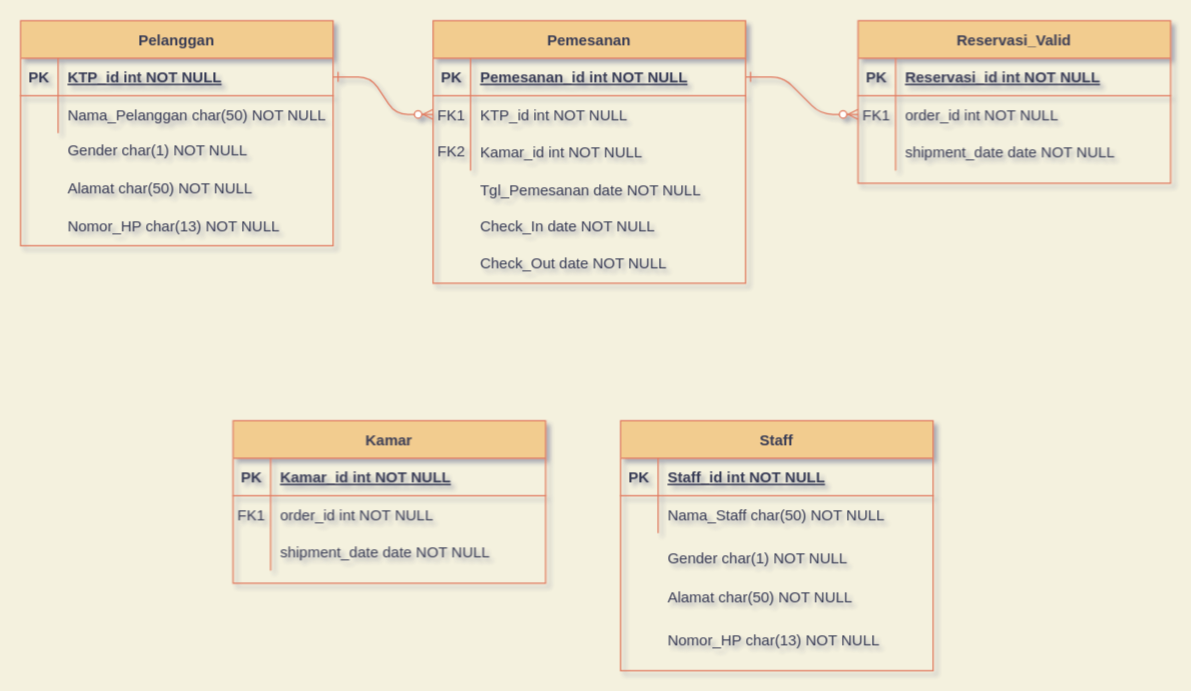
Before: Untitled Diagram.drawio in mewwwty/kuliah, a draw.io diagram. Source tidied: cells renumbered, new cells numbered last; positions are measured from the earlier drawing's top-left corner, leaving out a move shared by most shapes. Both pictures are drawn from the tidied source at 125%, with x=0, y=0 at pixel (20, 20).
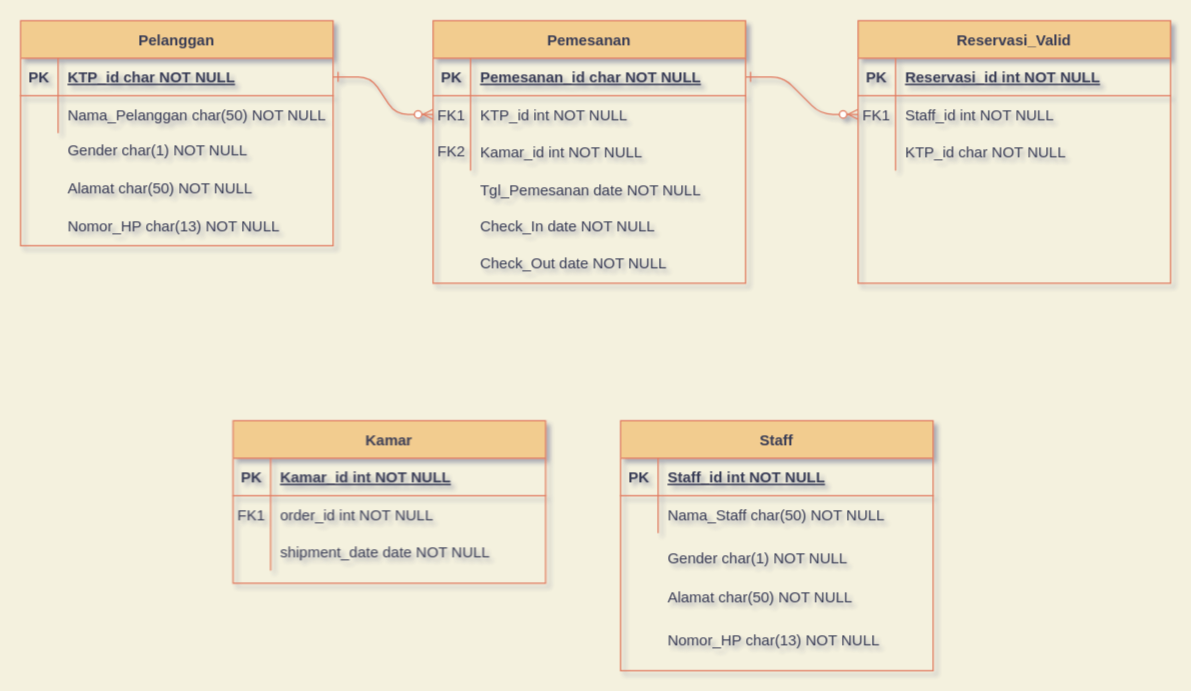
The same diagram, later.

Unchanged cells that the change refers to:
```xml
<mxCell id="5" style="shape=partialRectangle;fillColor=none;points=[[0,0.5],[1,0.5]];portConstraint=eastwest;top=0;left=0;right=0;bottom=1;strokeColor=#E07A5F;fontColor=#393C56;" parent="4" vertex="1">
  <mxGeometry y="30" width="250" height="30" as="geometry" />
</mxCell>
<mxCell id="18" style="shape=partialRectangle;fillColor=none;points=[[0,0.5],[1,0.5]];portConstraint=eastwest;top=0;left=0;right=0;bottom=0;strokeColor=#E07A5F;fontColor=#393C56;" parent="14" vertex="1">
  <mxGeometry y="60" width="250" height="30" as="geometry" />
</mxCell>
<mxCell id="21" style="shape=partialRectangle;fillColor=none;top=0;left=0;right=0;bottom=0;strokeColor=#E07A5F;fontColor=#393C56;" parent="14" vertex="1">
  <mxGeometry y="90" width="250" height="30" as="geometry" />
</mxCell>
<mxCell id="25" style="shape=partialRectangle;fillColor=none;points=[[0,0.5],[1,0.5]];portConstraint=eastwest;top=0;left=0;right=0;bottom=1;strokeColor=#E07A5F;fontColor=#393C56;" parent="24" vertex="1">
  <mxGeometry y="30" width="250" height="30" as="geometry" />
</mxCell>
```

Change to the diagram source:
```diff
@@
-    <mxCell id="7" value="Pemesanan_id int NOT NULL " style="shape=partialRectangle;overflow=hidden;fillColor=none;top=0;left=0;bottom=0;right=0;align=left;spacingLeft=6;fontStyle=5;strokeColor=#E07A5F;fontColor=#393C56;" parent="5" vertex="1">
+    <mxCell id="7" value="Pemesanan_id char NOT NULL " style="shape=partialRectangle;overflow=hidden;fillColor=none;top=0;left=0;bottom=0;right=0;align=left;spacingLeft=6;fontStyle=5;strokeColor=#E07A5F;fontColor=#393C56;" parent="5" vertex="1">
       <mxGeometry x="30" width="220" height="30" as="geometry" />
     </mxCell>
@@
     <mxCell id="14" value="Reservasi_Valid" style="shape=table;startSize=30;childLayout=tableLayout;rowLines=0;fontStyle=1;align=center;fillColor=#F2CC8F;strokeColor=#E07A5F;fontColor=#393C56;" parent="1" vertex="1">
-      <mxGeometry x="670" width="250" height="130" as="geometry" />
+      <mxGeometry x="670" width="250" height="210" as="geometry" />
     </mxCell>
@@
-    <mxCell id="20" value="order_id int NOT NULL" style="shape=partialRectangle;overflow=hidden;fillColor=none;top=0;left=0;bottom=0;right=0;align=left;spacingLeft=6;strokeColor=#E07A5F;fontColor=#393C56;" parent="18" vertex="1">
+    <mxCell id="20" value="Staff_id int NOT NULL" style="shape=partialRectangle;overflow=hidden;fillColor=none;top=0;left=0;bottom=0;right=0;align=left;spacingLeft=6;strokeColor=#E07A5F;fontColor=#393C56;" parent="18" vertex="1">
       <mxGeometry x="30" width="220" height="30" as="geometry" />
     </mxCell>
@@
-    <mxCell id="23" value="shipment_date date NOT NULL" style="shape=partialRectangle;overflow=hidden;fillColor=none;top=0;left=0;bottom=0;right=0;align=left;spacingLeft=6;strokeColor=#E07A5F;fontColor=#393C56;" parent="21" vertex="1">
+    <mxCell id="23" value="KTP_id char NOT NULL" style="shape=partialRectangle;overflow=hidden;fillColor=none;top=0;left=0;bottom=0;right=0;align=left;spacingLeft=6;strokeColor=#E07A5F;fontColor=#393C56;" parent="21" vertex="1">
       <mxGeometry x="30" width="220" height="30" as="geometry" />
     </mxCell>
@@
-    <mxCell id="27" value="KTP_id int NOT NULL " style="shape=partialRectangle;overflow=hidden;fillColor=none;top=0;left=0;bottom=0;right=0;align=left;spacingLeft=6;fontStyle=5;strokeColor=#E07A5F;fontColor=#393C56;" parent="25" vertex="1">
+    <mxCell id="27" value="KTP_id char NOT NULL " style="shape=partialRectangle;overflow=hidden;fillColor=none;top=0;left=0;bottom=0;right=0;align=left;spacingLeft=6;fontStyle=5;strokeColor=#E07A5F;fontColor=#393C56;" parent="25" vertex="1">
       <mxGeometry x="30" width="220" height="30" as="geometry" />
     </mxCell>
```
